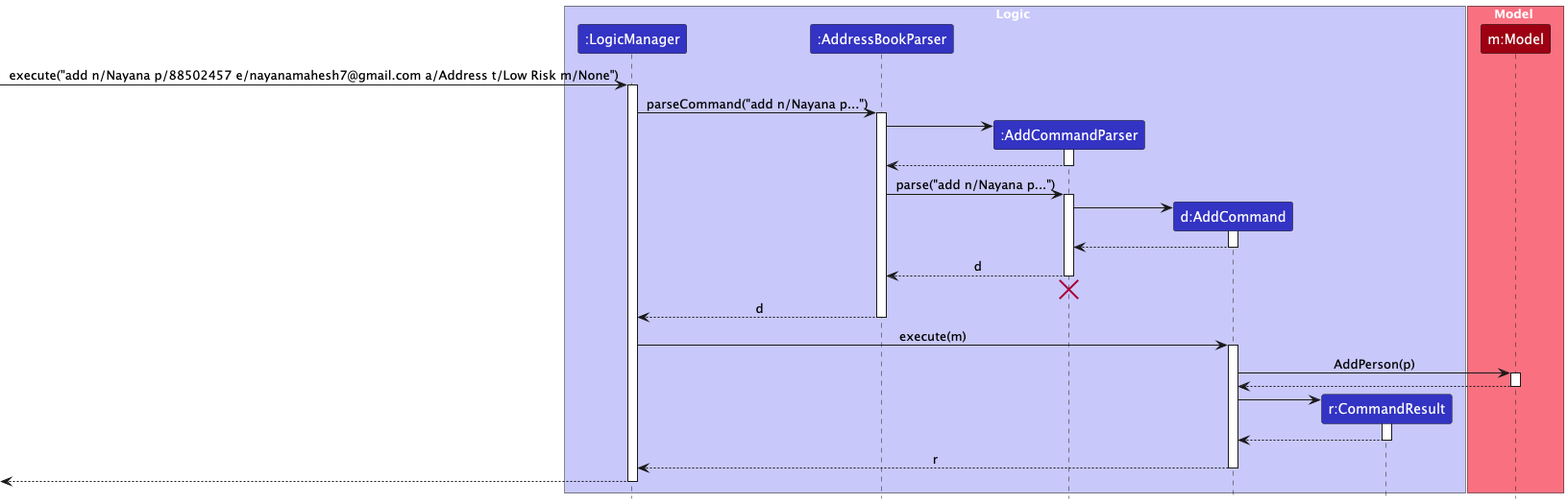
Earlier version of the PlantUML export docs/images/AddCommandSequenceDiagram.png (nus-cs2103-AY2425S1/tp).
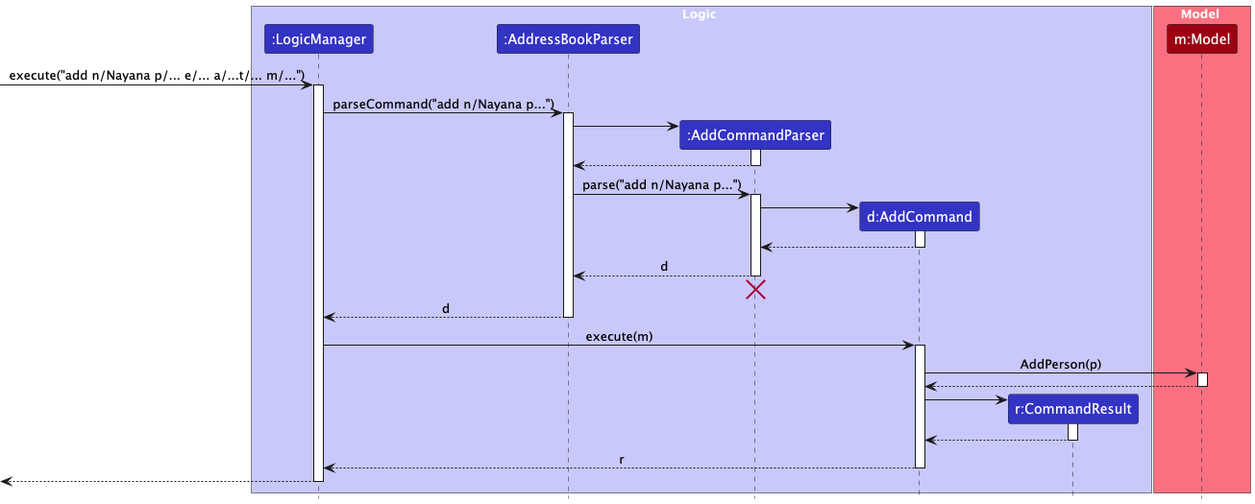
After the commit.

Commit message:
Improve add sequence diagram

Diff of the diagram source:
```diff
@@ -14,7 +14,7 @@
 participant "m:Model" as Model MODEL_COLOR
 end box
 
-[-> LogicManager : execute("add n/Nayana p/88502457 e/nayanamahesh7@gmail.com a/Address t/Low Risk m/None")
+[-> LogicManager : execute("add n/Nayana p/... e/... a/...t/... m/...")
 activate LogicManager
 
 LogicManager -> AddressBookParser : parseCommand("add n/Nayana p...")
```
